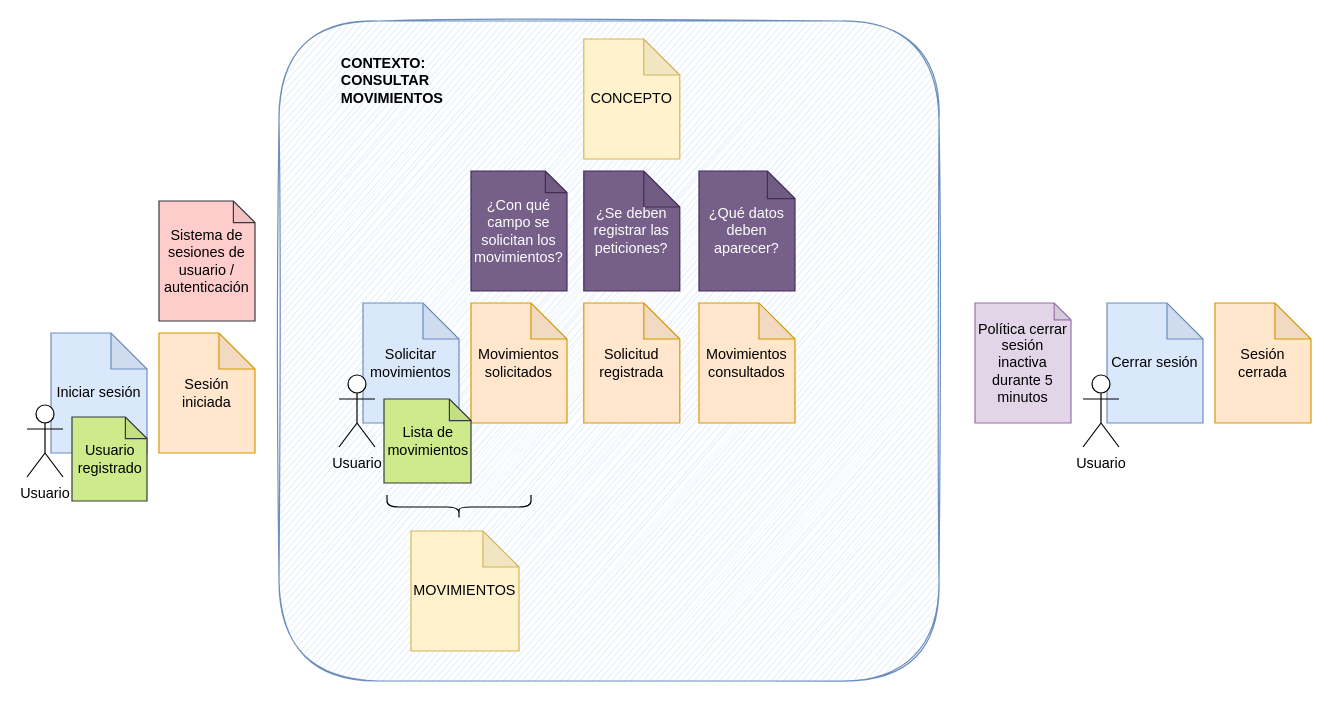
The draw.io diagram EventStorming_MovimientosDeposito.drawio in joeburias/ddd_example, before the edit. Source tidied: cells renumbered, new cells numbered last; positions are measured from the earlier drawing's top-left corner, leaving out a move shared by most shapes. Both pictures are drawn from the tidied source at 120%, with x=0, y=0 at pixel (26, 20).
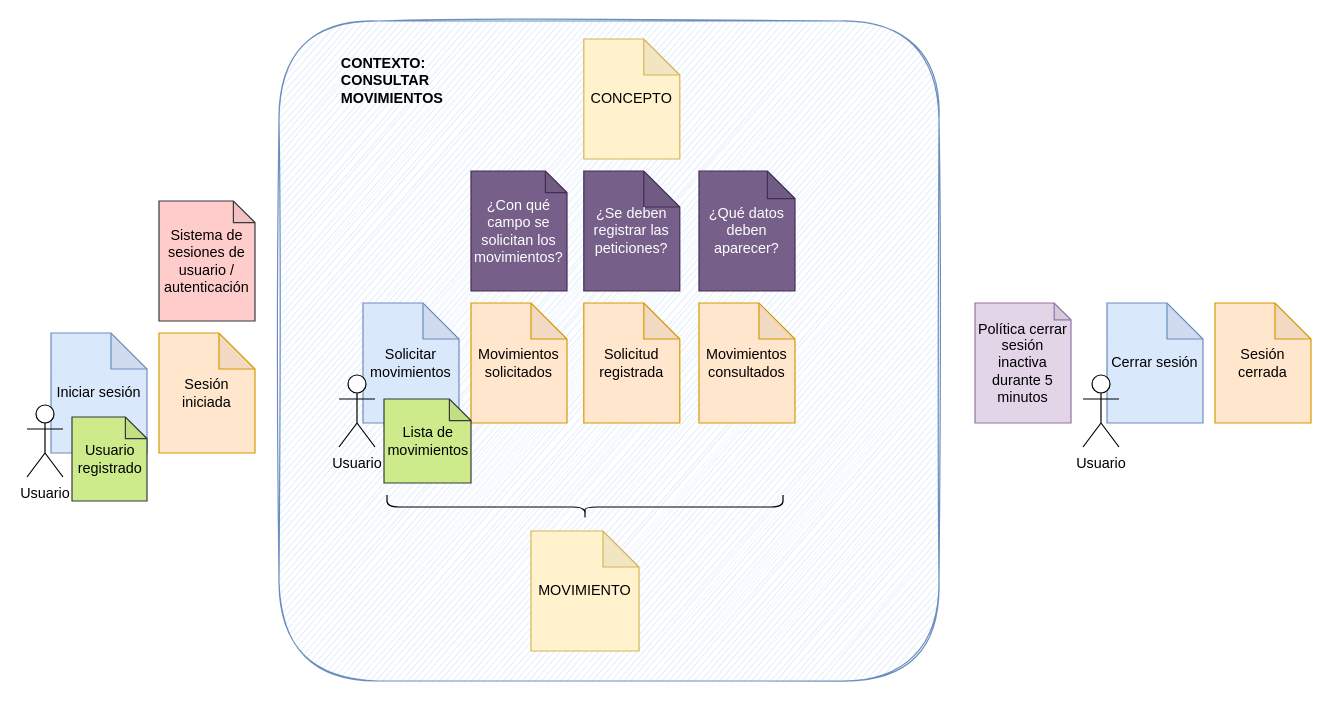
Above is the later version.

What changed in the source:
```diff
@@
     <mxCell id="28" style="shape=curlyBracket;whiteSpace=wrap;html=1;rounded=1;rotation=-90;" parent="1" vertex="1">
-      <mxGeometry x="350" y="345" width="20" height="120" as="geometry" />
+      <mxGeometry x="455" y="240" width="20" height="330" as="geometry" />
     </mxCell>
-    <mxCell id="29" value="MOVIMIENTOS" style="shape=note;whiteSpace=wrap;html=1;backgroundOutline=1;darkOpacity=0.05;fillColor=#fff2cc;strokeColor=#d6b656;" parent="1" vertex="1">
-      <mxGeometry x="320" y="425" width="90" height="100" as="geometry" />
+    <mxCell id="29" value="MOVIMIENTO" style="shape=note;whiteSpace=wrap;html=1;backgroundOutline=1;darkOpacity=0.05;fillColor=#fff2cc;strokeColor=#d6b656;" parent="1" vertex="1">
+      <mxGeometry x="420" y="425" width="90" height="100" as="geometry" />
     </mxCell>
```
